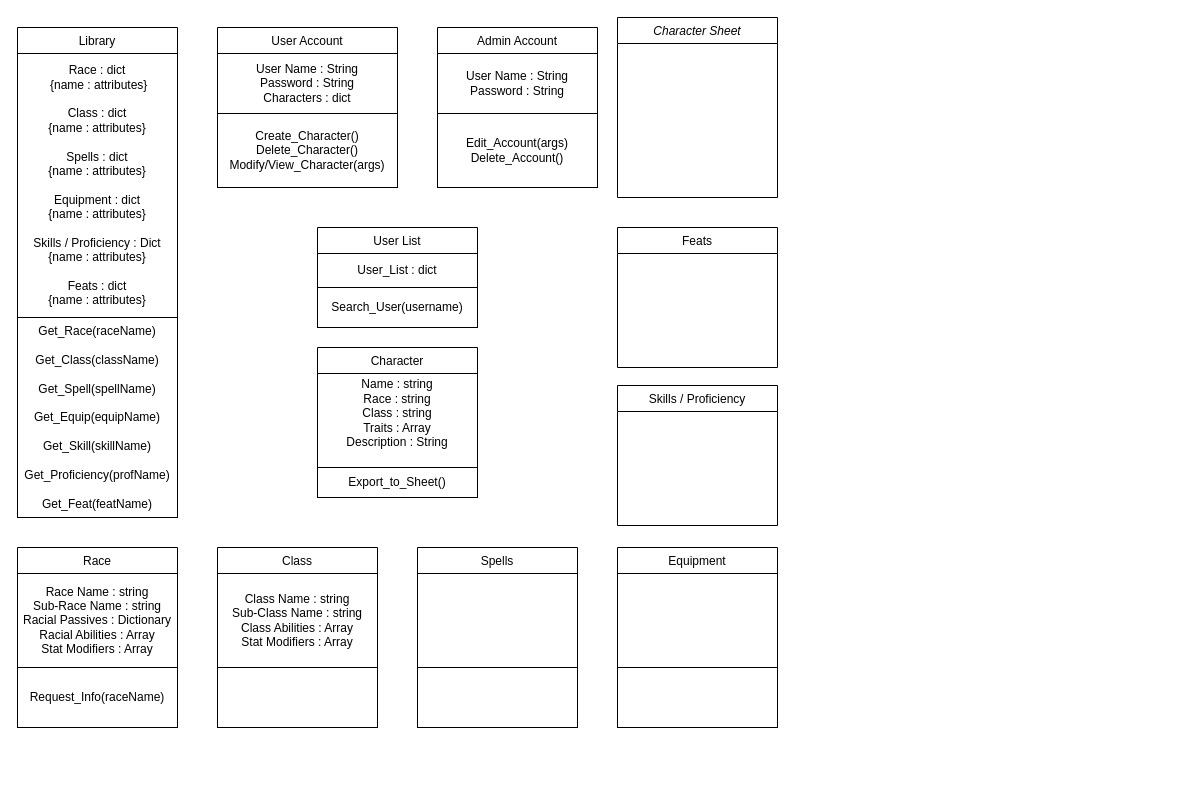
Earlier version of the draw.io diagram project_backend/D3_Class_Diagram.drawio (cloudandr0id/DNDCharacterCreation). Source tidied: cells renumbered, new cells numbered last; positions are measured from the earlier drawing's top-left corner, leaving out a move shared by most shapes. Both pictures are drawn from the tidied source at 100%, with x=0, y=0 at pixel (17, 17).
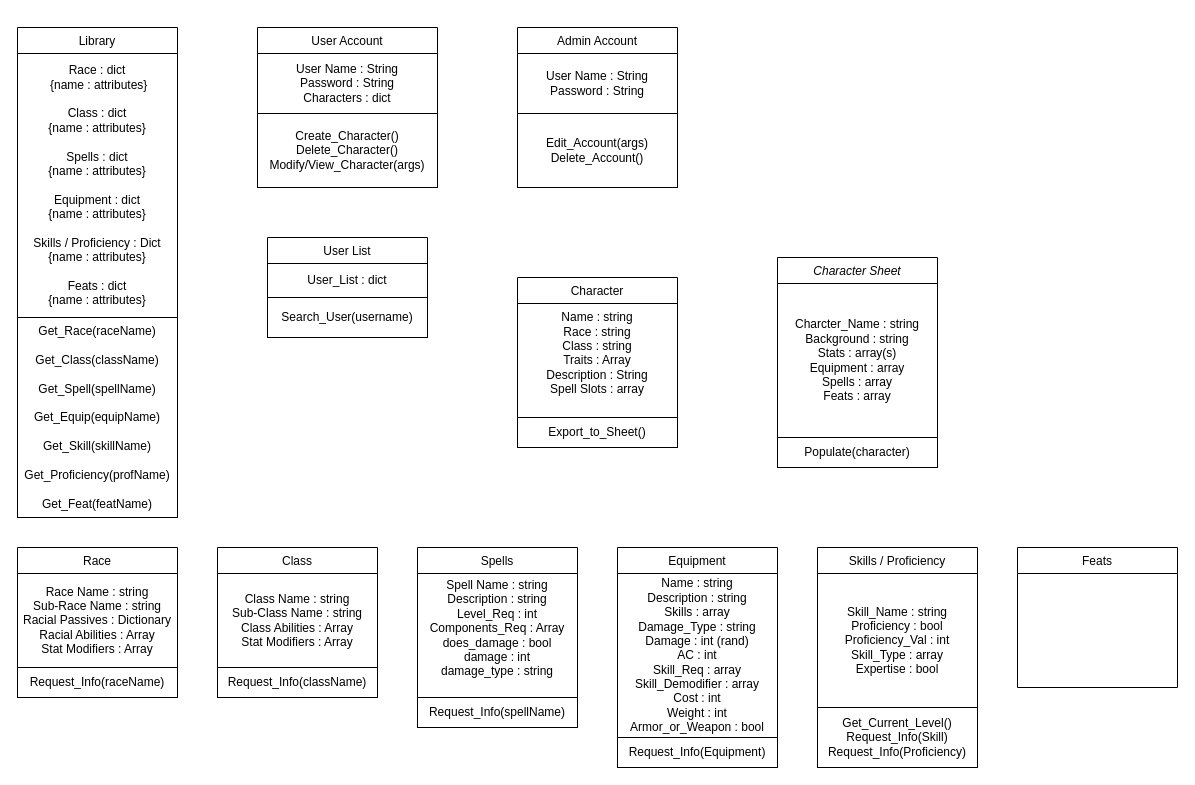
The same page after the edit.

The change refers to these unchanged cells:
```xml
<mxCell id="12" value="Spells" style="swimlane;fontStyle=0;align=center;verticalAlign=top;horizontal=1;startSize=26;rounded=0;shadow=0;strokeWidth=1;" parent="1" vertex="1">
  <mxGeometry x="400" y="530" width="160" height="180" as="geometry" />
</mxCell>
```

The edit, as a diff of the source:
```diff
@@
     <mxCell id="2" value="Character Sheet" style="swimlane;fontStyle=2;align=center;verticalAlign=top;horizontal=1;startSize=26;rounded=0;shadow=0;strokeWidth=1;" parent="1" vertex="1">
-      <mxGeometry x="600" width="160" height="180" as="geometry" />
+      <mxGeometry x="760" y="240" width="160" height="210" as="geometry" />
     </mxCell>
+    <mxCell id="32" value="&lt;div&gt;Charcter_Name : string&lt;/div&gt;&lt;div&gt;Background : string&lt;/div&gt;&lt;div&gt;Stats : array(s)&lt;/div&gt;&lt;div&gt;Equipment : array&lt;/div&gt;&lt;div&gt;Spells : array&lt;/div&gt;&lt;div&gt;Feats : array&lt;br&gt;&lt;/div&gt;" style="whiteSpace=wrap;html=1;" parent="2" vertex="1">
+      <mxGeometry y="26" width="160" height="154" as="geometry" />
+    </mxCell>
+    <mxCell id="33" value="&lt;div&gt;Populate(character)&lt;/div&gt;" style="whiteSpace=wrap;html=1;" parent="2" vertex="1">
+      <mxGeometry y="180" width="160" height="30" as="geometry" />
+    </mxCell>
     <mxCell id="3" value="Race" style="swimlane;fontStyle=0;align=center;verticalAlign=top;horizontal=1;startSize=26;rounded=0;shadow=0;strokeWidth=1;" parent="1" vertex="1">
-      <mxGeometry y="530" width="160" height="180" as="geometry" />
+      <mxGeometry y="530" width="160" height="150" as="geometry" />
     </mxCell>
@@
     <mxCell id="5" value="Request_Info(raceName)" style="rounded=0;whiteSpace=wrap;html=1;" parent="3" vertex="1">
-      <mxGeometry y="120" width="160" height="60" as="geometry" />
+      <mxGeometry y="120" width="160" height="30" as="geometry" />
     </mxCell>
@@
     <mxCell id="9" value="Class" style="swimlane;fontStyle=0;align=center;verticalAlign=top;horizontal=1;startSize=26;rounded=0;shadow=0;strokeWidth=1;" parent="1" vertex="1">
-      <mxGeometry x="200" y="530" width="160" height="180" as="geometry" />
+      <mxGeometry x="200" y="530" width="160" height="150" as="geometry" />
     </mxCell>
@@
-    <mxCell id="11" style="whiteSpace=wrap;html=1;" parent="9" vertex="1">
-      <mxGeometry y="120" width="160" height="60" as="geometry" />
+    <mxCell id="11" value="Request_Info(className)" style="whiteSpace=wrap;html=1;" parent="9" vertex="1">
+      <mxGeometry y="120" width="160" height="30" as="geometry" />
     </mxCell>
@@
-    <mxCell id="13" style="rounded=0;whiteSpace=wrap;html=1;" parent="12" vertex="1">
-      <mxGeometry y="26" width="160" height="94" as="geometry" />
+    <mxCell id="13" value="&lt;div&gt;Spell Name : string&lt;/div&gt;&lt;div&gt;Description : string&lt;/div&gt;&lt;div&gt;Level_Req : int&lt;/div&gt;&lt;div&gt;Components_Req : Array&lt;/div&gt;&lt;div&gt;does_damage : bool&lt;/div&gt;&lt;div&gt;damage : int&lt;/div&gt;&lt;div&gt;damage_type : string&lt;br&gt;&lt;/div&gt;&lt;div&gt;&lt;br&gt;&lt;/div&gt;" style="rounded=0;whiteSpace=wrap;html=1;" parent="12" vertex="1">
+      <mxGeometry y="26" width="160" height="124" as="geometry" />
     </mxCell>
-    <mxCell id="14" style="rounded=0;whiteSpace=wrap;html=1;" parent="12" vertex="1">
-      <mxGeometry y="120" width="160" height="60" as="geometry" />
-    </mxCell>
+    <mxCell id="34" value="Request_Info(spellName)" style="whiteSpace=wrap;html=1;" parent="12" vertex="1">
+      <mxGeometry y="150" width="160" height="30" as="geometry" />
+    </mxCell>
     <mxCell id="15" value="Equipment&#10;" style="swimlane;fontStyle=0;align=center;verticalAlign=top;horizontal=1;startSize=26;rounded=0;shadow=0;strokeWidth=1;" parent="1" vertex="1">
-      <mxGeometry x="600" y="530" width="160" height="180" as="geometry" />
+      <mxGeometry x="600" y="530" width="160" height="220" as="geometry" />
     </mxCell>
-    <mxCell id="16" style="rounded=0;whiteSpace=wrap;html=1;" parent="15" vertex="1">
-      <mxGeometry y="26" width="160" height="94" as="geometry" />
+    <mxCell id="16" value="&lt;div&gt;Name : string&lt;/div&gt;&lt;div&gt;Description : string&lt;/div&gt;&lt;div&gt;Skills : array&lt;/div&gt;&lt;div&gt;Damage_Type : string&lt;/div&gt;&lt;div&gt;Damage : int (rand)&lt;/div&gt;&lt;div&gt;AC : int&lt;/div&gt;&lt;div&gt;Skill_Req : array&lt;/div&gt;&lt;div&gt;Skill_Demodifier : array&lt;/div&gt;&lt;div&gt;Cost : int&lt;br&gt;&lt;/div&gt;&lt;div&gt;Weight : int&lt;/div&gt;&lt;div&gt;Armor_or_Weapon : bool&lt;br&gt;&lt;/div&gt;" style="rounded=0;whiteSpace=wrap;html=1;" parent="15" vertex="1">
+      <mxGeometry y="26" width="160" height="164" as="geometry" />
     </mxCell>
-    <mxCell id="17" style="rounded=0;whiteSpace=wrap;html=1;" parent="15" vertex="1">
-      <mxGeometry y="120" width="160" height="60" as="geometry" />
-    </mxCell>
+    <mxCell id="35" value="Request_Info(Equipment)" style="rounded=0;whiteSpace=wrap;html=1;" parent="15" vertex="1">
+      <mxGeometry y="190" width="160" height="30" as="geometry" />
+    </mxCell>
     <mxCell id="18" value="User Account" style="swimlane;fontStyle=0;align=center;verticalAlign=top;horizontal=1;startSize=26;rounded=0;shadow=0;strokeWidth=1;" parent="1" vertex="1">
-      <mxGeometry x="200" y="10" width="180" height="160" as="geometry" />
+      <mxGeometry x="240" y="10" width="180" height="160" as="geometry" />
     </mxCell>
@@
     <mxCell id="21" value="Admin Account" style="swimlane;fontStyle=0;align=center;verticalAlign=top;horizontal=1;startSize=26;rounded=0;shadow=0;strokeWidth=1;" parent="1" vertex="1">
-      <mxGeometry x="420" y="10" width="160" height="160" as="geometry" />
+      <mxGeometry x="500" y="10" width="160" height="160" as="geometry" />
     </mxCell>
@@
     <mxCell id="24" value="User List" style="swimlane;fontStyle=0;align=center;verticalAlign=top;horizontal=1;startSize=26;rounded=0;shadow=0;strokeWidth=1;" parent="1" vertex="1">
-      <mxGeometry x="300" y="210" width="160" height="100" as="geometry" />
+      <mxGeometry x="250" y="220" width="160" height="100" as="geometry" />
     </mxCell>
@@
     <mxCell id="27" value="Character" style="swimlane;fontStyle=0;align=center;verticalAlign=top;horizontal=1;startSize=26;rounded=0;shadow=0;strokeWidth=1;" parent="1" vertex="1">
-      <mxGeometry x="300" y="330" width="160" height="150" as="geometry" />
+      <mxGeometry x="500" y="260" width="160" height="170" as="geometry" />
     </mxCell>
-    <mxCell id="28" value="&lt;div&gt;Name : string&lt;/div&gt;&lt;div&gt;Race : string&lt;/div&gt;&lt;div&gt;Class : string&lt;/div&gt;&lt;div&gt;Traits : Array&lt;/div&gt;&lt;div&gt;Description : String&lt;/div&gt;&lt;div&gt;&lt;br&gt;&lt;/div&gt;" style="whiteSpace=wrap;html=1;" parent="27" vertex="1">
-      <mxGeometry y="26" width="160" height="94" as="geometry" />
+    <mxCell id="28" value="&lt;div&gt;Name : string&lt;/div&gt;&lt;div&gt;Race : string&lt;/div&gt;&lt;div&gt;Class : string&lt;/div&gt;&lt;div&gt;Traits : Array&lt;/div&gt;&lt;div&gt;Description : String&lt;/div&gt;&lt;div&gt;Spell Slots : array&lt;br&gt;&lt;/div&gt;&lt;div&gt;&lt;br&gt;&lt;/div&gt;" style="whiteSpace=wrap;html=1;" parent="27" vertex="1">
+      <mxGeometry y="26" width="160" height="114" as="geometry" />
     </mxCell>
-    <mxCell id="29" value="Export_to_Sheet()" style="whiteSpace=wrap;html=1;" parent="27" vertex="1">
-      <mxGeometry y="120" width="160" height="30" as="geometry" />
+    <mxCell id="29" value="&lt;div&gt;Export_to_Sheet()&lt;/div&gt;" style="whiteSpace=wrap;html=1;" parent="27" vertex="1">
+      <mxGeometry y="140" width="160" height="30" as="geometry" />
     </mxCell>
     <mxCell id="30" value="Skills / Proficiency&#10;" style="swimlane;fontStyle=0;align=center;verticalAlign=top;horizontal=1;startSize=26;rounded=0;shadow=0;strokeWidth=1;" parent="1" vertex="1">
-      <mxGeometry x="600" y="368" width="160" height="140" as="geometry" />
+      <mxGeometry x="800" y="530" width="160" height="220" as="geometry" />
     </mxCell>
+    <mxCell id="36" value="&lt;div&gt;Skill_Name : string&lt;/div&gt;&lt;div&gt;Proficiency : bool&lt;/div&gt;&lt;div&gt;Proficiency_Val : int&lt;/div&gt;&lt;div&gt;Skill_Type : array&lt;/div&gt;&lt;div&gt;Expertise : bool&lt;br&gt;&lt;/div&gt;" style="whiteSpace=wrap;html=1;" parent="30" vertex="1">
+      <mxGeometry y="26" width="160" height="134" as="geometry" />
+    </mxCell>
+    <mxCell id="37" value="&lt;div&gt;Get_Current_Level()&lt;/div&gt;&lt;div&gt;Request_Info(Skill)&lt;/div&gt;&lt;div&gt;Request_Info(Proficiency)&lt;br&gt;&lt;/div&gt;" style="whiteSpace=wrap;html=1;" parent="30" vertex="1">
+      <mxGeometry y="160" width="160" height="60" as="geometry" />
+    </mxCell>
     <mxCell id="31" value="Feats" style="swimlane;fontStyle=0;align=center;verticalAlign=top;horizontal=1;startSize=26;rounded=0;shadow=0;strokeWidth=1;" parent="1" vertex="1">
-      <mxGeometry x="600" y="210" width="160" height="140" as="geometry" />
+      <mxGeometry x="1000" y="530" width="160" height="140" as="geometry" />
     </mxCell>
```
